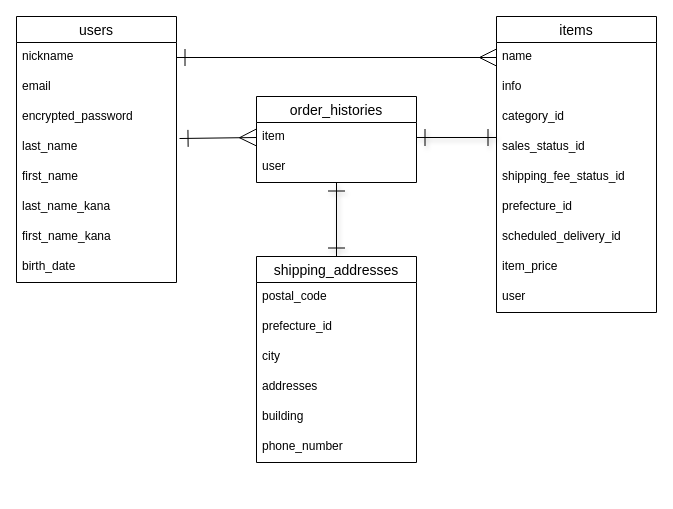
Before: test.dio in Timsothy/furima-39263, a draw.io diagram. Source tidied: cells renumbered, new cells numbered last; positions are measured from the earlier drawing's top-left corner, leaving out a move shared by most shapes. Both pictures are drawn from the tidied source at 100%, with x=0, y=0 at pixel (16, 16).
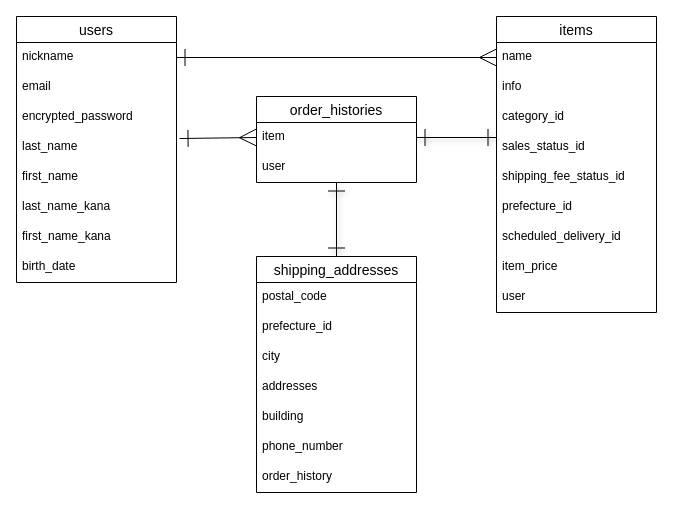
The same diagram, later.

Commit message:
データベース設計

Change to the diagram source:
```diff
@@
     <mxCell id="23" value="shipping_addresses" style="swimlane;fontStyle=0;horizontal=1;startSize=26;align=center;fontSize=14;" parent="1" vertex="1">
-      <mxGeometry x="240" y="240" width="160" height="206" as="geometry" />
+      <mxGeometry x="240" y="240" width="160" height="236" as="geometry" />
     </mxCell>
@@
+    <mxCell id="35" value="order_history" style="text;strokeColor=none;fillColor=none;spacingLeft=4;spacingRight=4;overflow=hidden;fontSize=12;" parent="23" vertex="1">
+      <mxGeometry y="206" width="160" height="30" as="geometry" />
+    </mxCell>
```
